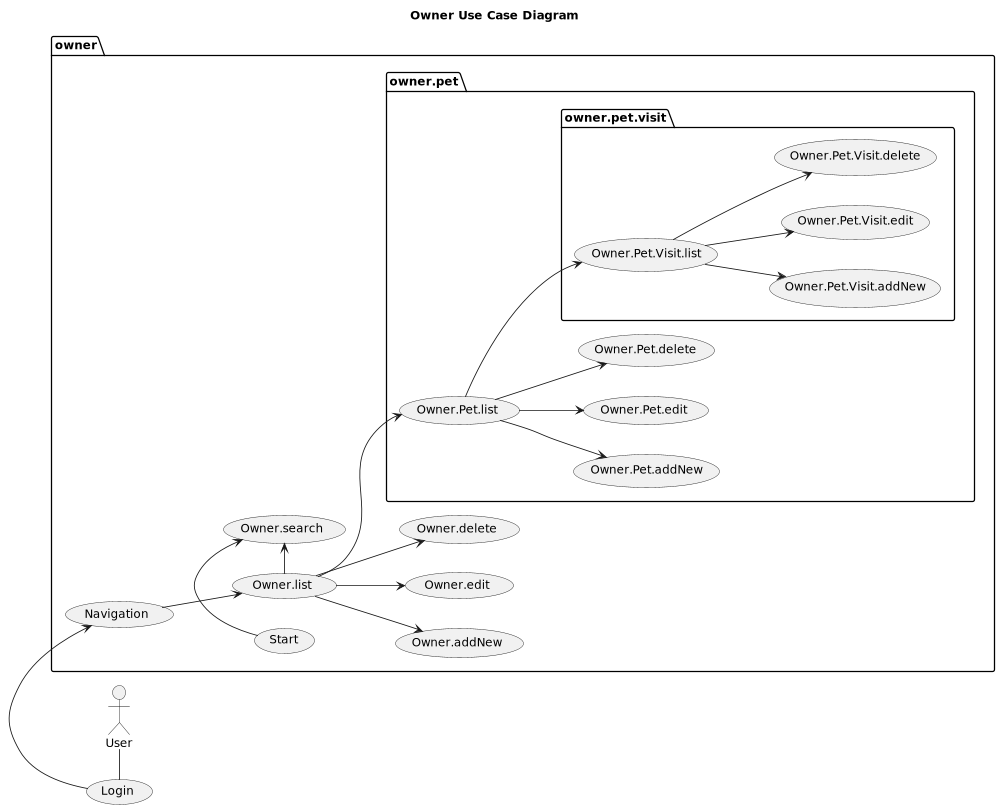
Earlier version of the PlantUML export uml/owner/concept/Owner__UseCases-Owner_Use_Case_Diagram.png (Jakarta-EE-Petclinic/petclinic-uml). Its diagram source:
```plantuml
@startuml

title Owner Use Case Diagram


left to right direction

scale 1000 width

User - (Login)
package owner {
    (Login) -> (Navigation)
    (Navigation) --> (Owner.list)
    (Start) -> (Owner.search)
    (Owner.list) -> (Owner.search)
    (Owner.list) --> (Owner.addNew)
    (Owner.list) --> (Owner.edit)
    (Owner.list) --> (Owner.delete)
    package owner.pet {
        (Owner.list) --> (Owner.Pet.list)
        (Owner.Pet.list) --> (Owner.Pet.addNew)
        (Owner.Pet.list) --> (Owner.Pet.edit)
        (Owner.Pet.list) --> (Owner.Pet.delete)
         package owner.pet.visit {
            (Owner.Pet.list) --> (Owner.Pet.Visit.list)
            (Owner.Pet.Visit.list) --> (Owner.Pet.Visit.addNew)
            (Owner.Pet.Visit.list) --> (Owner.Pet.Visit.edit)
            (Owner.Pet.Visit.list) --> (Owner.Pet.Visit.delete)
        }
    }
}
@enduml
```
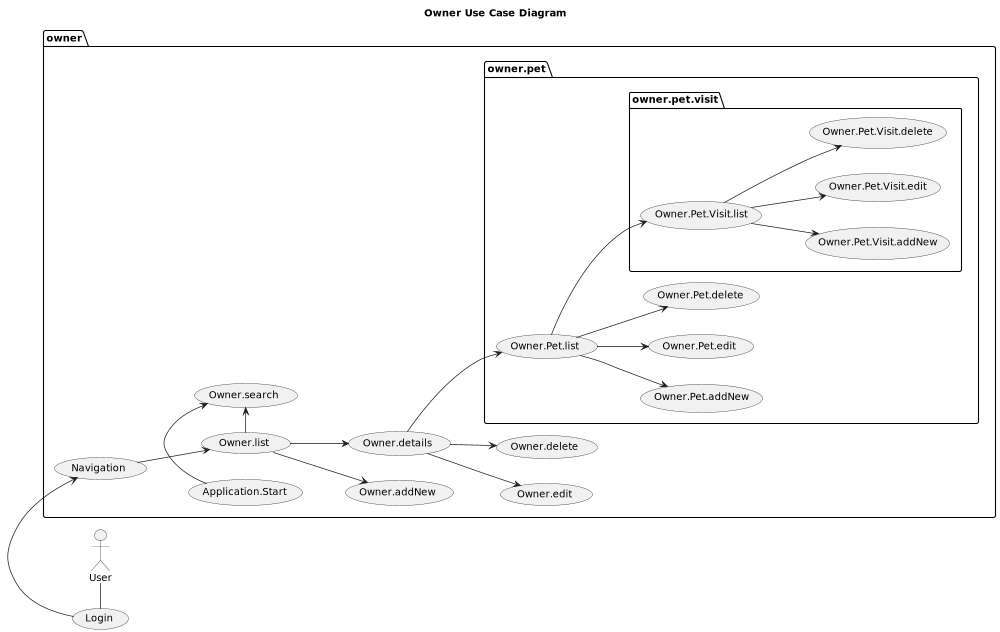
After the change.

Diff of the diagram source:
```diff
@@ -10,14 +10,15 @@
 User - (Login)
 package owner {
     (Login) -> (Navigation)
+    (Application.Start) -> (Owner.search)
     (Navigation) --> (Owner.list)
-    (Start) -> (Owner.search)
     (Owner.list) -> (Owner.search)
     (Owner.list) --> (Owner.addNew)
-    (Owner.list) --> (Owner.edit)
-    (Owner.list) --> (Owner.delete)
+    (Owner.list) --> (Owner.details)
+    (Owner.details) --> (Owner.edit)
+    (Owner.details) --> (Owner.delete)
     package owner.pet {
-        (Owner.list) --> (Owner.Pet.list)
+        (Owner.details) --> (Owner.Pet.list)
         (Owner.Pet.list) --> (Owner.Pet.addNew)
         (Owner.Pet.list) --> (Owner.Pet.edit)
         (Owner.Pet.list) --> (Owner.Pet.delete)
```
